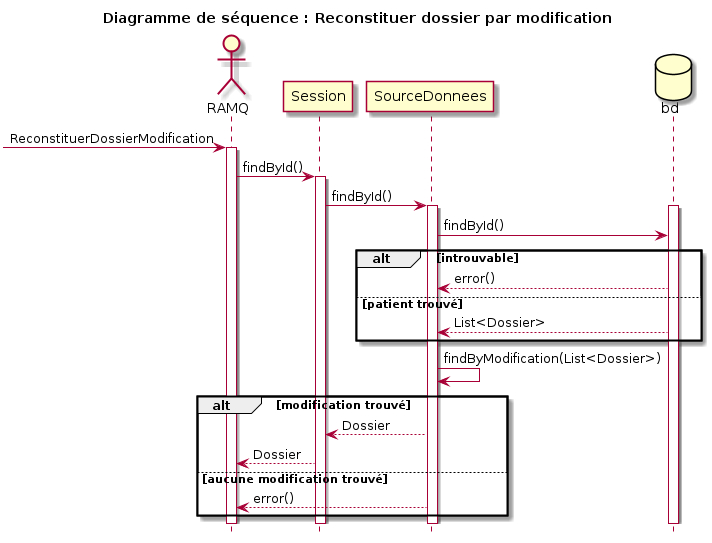
This is models/Diagramme_Sequences/Reconstruire_dossier_modification/reconstruireDossier_Modification.png from fethiuqam/INF5153-Projet-Session, a PlantUML export, as it was before one commit. Source of this version:
```plantuml
@startuml
title Diagramme de séquence : Reconstituer dossier par modification
hide footbox
actor "RAMQ" as ramq
-> ramq: ReconstituerDossierModification
activate ramq
hide footbox
ramq -> Session: findById()
activate Session
Session -> SourceDonnees: findById()
activate SourceDonnees
database Bd as "bd"
activate Bd
SourceDonnees -> Bd: findById()
alt introuvable
Bd --> SourceDonnees: error()
else patient trouvé
Bd --> SourceDonnees:List<Dossier>
end
SourceDonnees -> SourceDonnees: findByModification(List<Dossier>)
alt modification trouvé
SourceDonnees --> Session: Dossier
Session --> ramq: Dossier
else aucune modification trouvé
SourceDonnees --> ramq: error()
end

@enduml
```
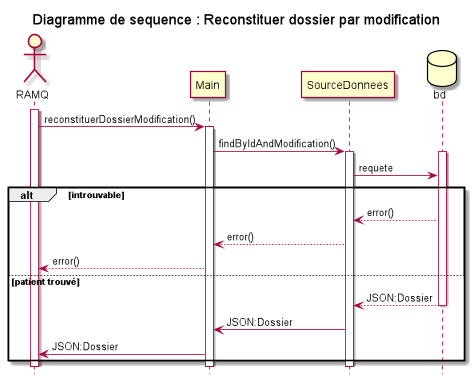
After the change.

Commit message:
diagramme de sequence

Change to the diagram source:
```diff
@@ -1,28 +1,29 @@
 @startuml
-title Diagramme de séquence : Reconstituer dossier par modification
+title Diagramme de sequence : Reconstituer dossier par modification
 hide footbox
-actor "RAMQ" as ramq
--> ramq: ReconstituerDossierModification
+Actor "RAMQ" as ramq
 activate ramq
 hide footbox
-ramq -> Session: findById()
-activate Session
-Session -> SourceDonnees: findById()
+ramq -> Main: reconstituerDossierModification()
+activate Main
+Main -> SourceDonnees: findByIdAndModification()
 activate SourceDonnees
 database Bd as "bd"
 activate Bd
-SourceDonnees -> Bd: findById()
+SourceDonnees -> Bd: requete
 alt introuvable
 Bd --> SourceDonnees: error()
+SourceDonnees --> Main: error()
+Main --> ramq: error()
 else patient trouvé
-Bd --> SourceDonnees:List<Dossier>
+Bd --> SourceDonnees:JSON:Dossier
+deactivate Bd
+SourceDonnees -> Main: JSON:Dossier
+Main -> ramq: JSON:Dossier
 end
-SourceDonnees -> SourceDonnees: findByModification(List<Dossier>)
-alt modification trouvé
-SourceDonnees --> Session: Dossier
-Session --> ramq: Dossier
-else aucune modification trouvé
-SourceDonnees --> ramq: error()
-end
+deactivate SourceDonnees
+
+deactivate Main
+deactivate ramq
 
 @enduml
```
